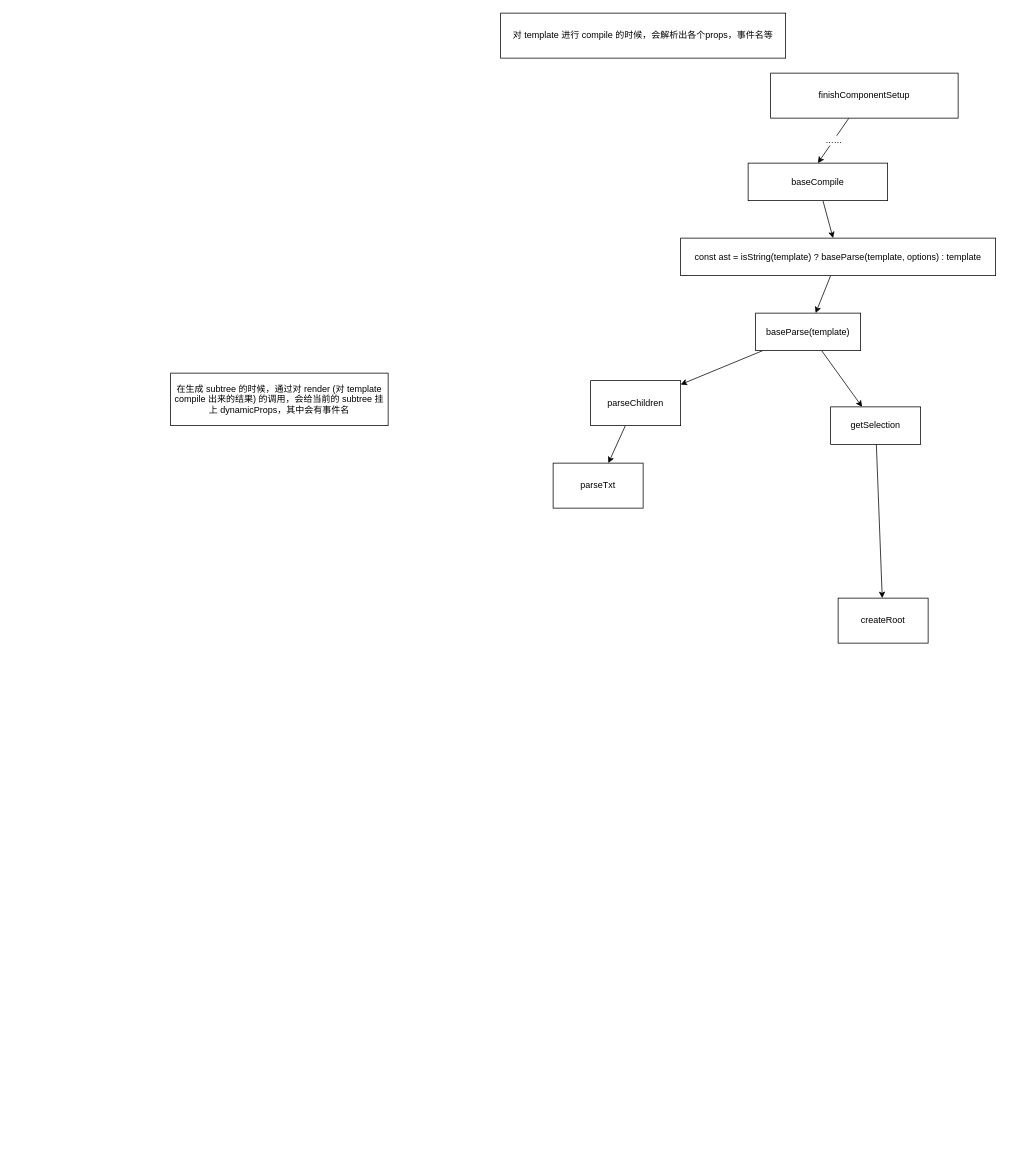
This is vue-event.drawio from wine-fall/drawioDisk, a draw.io file, before an edit. Source tidied: cells renumbered, new cells numbered last; positions are measured from the earlier drawing's top-left corner, leaving out a move shared by most shapes. Both pictures are drawn from the tidied source at 75%, with x=0, y=0 at pixel (170, 13).
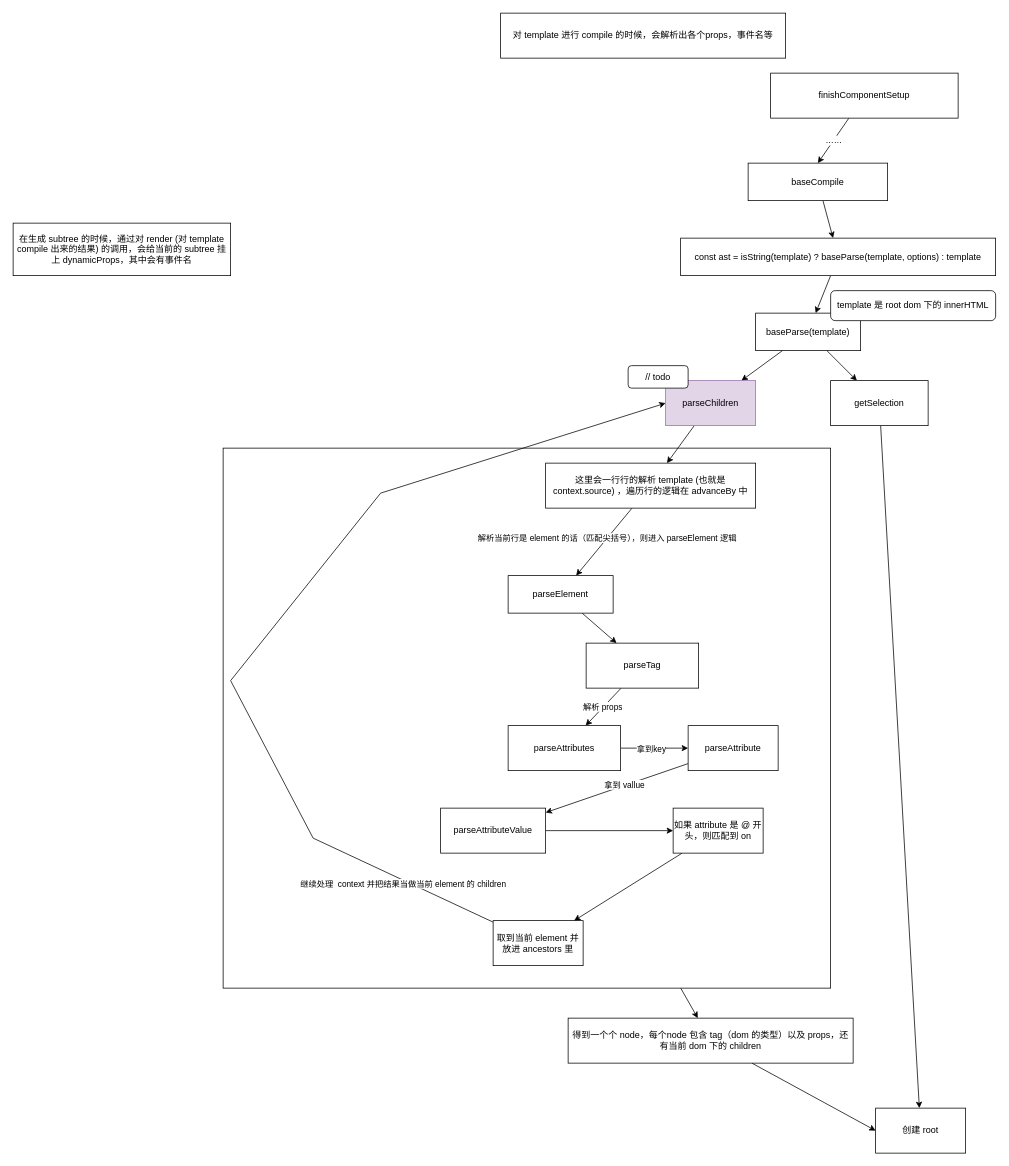
After the change.

The edit, as a diff of the source:
```diff
@@
+    <mxCell id="20" style="edgeStyle=none;rounded=0;jettySize=auto;html=1;" parent="1" edge="1" source="21" target="48">
+      <mxGeometry relative="1" as="geometry" />
+    </mxCell>
+    <mxCell id="21" style="rounded=0;whiteSpace=wrap;html=1;" parent="1" vertex="1">
+      <mxGeometry x="70" y="580" width="810" height="720" as="geometry" />
+    </mxCell>
     <mxCell id="2" value="在生成 subtree 的时候，通过对 render (对 template compile 出来的结果) 的调用，会给当前的 subtree 挂上 dynamicProps，其中会有事件名" style="rounded=0;whiteSpace=wrap;html=1;" parent="1" vertex="1">
-      <mxGeometry y="480" width="290" height="70" as="geometry" />
+      <mxGeometry x="-210" y="280" width="290" height="70" as="geometry" />
     </mxCell>
@@
-    <mxCell id="14" style="edgeStyle=none;rounded=0;jettySize=auto;html=1;" parent="1" edge="1" source="15" target="19">
-      <mxGeometry relative="1" as="geometry" />
-    </mxCell>
+    <mxCell id="22" style="edgeStyle=none;rounded=0;jettySize=auto;html=1;" parent="1" edge="1" source="15" target="28">
+      <mxGeometry relative="1" as="geometry" />
+    </mxCell>
-    <mxCell id="15" value="parseChildren" style="rounded=0;whiteSpace=wrap;html=1;" parent="1" vertex="1">
-      <mxGeometry x="560" y="490" width="120" height="60" as="geometry" />
+    <mxCell id="15" value="parseChildren" style="rounded=0;whiteSpace=wrap;html=1;fillColor=#e1d5e7;strokeColor=#9673a6;" parent="1" vertex="1">
+      <mxGeometry x="660" y="490" width="120" height="60" as="geometry" />
     </mxCell>
-    <mxCell id="16" style="edgeStyle=none;rounded=0;jettySize=auto;html=1;" parent="1" edge="1" source="17" target="18">
+    <mxCell id="16" style="edgeStyle=none;rounded=0;jettySize=auto;html=1;" parent="1" edge="1" source="17" target="49">
       <mxGeometry relative="1" as="geometry" />
     </mxCell>
     <mxCell id="17" value="getSelection" style="rounded=0;whiteSpace=wrap;html=1;" parent="1" vertex="1">
-      <mxGeometry x="880" y="525" width="120" height="50" as="geometry" />
+      <mxGeometry x="880" y="490" width="130" height="60" as="geometry" />
     </mxCell>
-    <mxCell id="18" value="createRoot" style="rounded=0;whiteSpace=wrap;html=1;" parent="1" vertex="1">
-      <mxGeometry x="890" y="780" width="120" height="60" as="geometry" />
-    </mxCell>
-    <mxCell id="19" value="parseTxt" style="rounded=0;whiteSpace=wrap;html=1;" parent="1" vertex="1">
-      <mxGeometry x="510" y="600" width="120" height="60" as="geometry" />
-    </mxCell>
+    <mxCell id="23" value="// todo" style="rounded=1;whiteSpace=wrap;html=1;" parent="1" vertex="1">
+      <mxGeometry x="610" y="470" width="80" height="30" as="geometry" />
+    </mxCell>
+    <mxCell id="24" style="edgeStyle=none;rounded=0;orthogonalLoop=1;jettySize=auto;html=1;exitX=0.75;exitY=0;exitDx=0;exitDy=0;" parent="1" edge="1">
+      <mxGeometry relative="1" as="geometry">
+        <mxPoint x="900" y="680" as="sourcePoint" />
+        <mxPoint x="900" y="680" as="targetPoint" />
+      </mxGeometry>
+    </mxCell>
+    <mxCell id="25" value="template 是 root dom 下的 innerHTML" style="rounded=1;whiteSpace=wrap;html=1;" parent="1" vertex="1">
+      <mxGeometry x="880" y="370" width="220" height="40" as="geometry" />
+    </mxCell>
+    <mxCell id="26" style="edgeStyle=none;rounded=0;jettySize=auto;html=1;" parent="1" edge="1" source="28" target="30">
+      <mxGeometry relative="1" as="geometry" />
+    </mxCell>
+    <mxCell id="27" value="解析当前行是 element 的话（匹配尖括号），则进入&amp;nbsp;parseElement 逻辑" style="edgeLabel;html=1;align=center;verticalAlign=middle;" parent="26" vertex="1">
+      <mxGeometry x="-0.11" y="-1" relative="1" as="geometry" />
+    </mxCell>
+    <mxCell id="28" value="这里会一行行的解析 template (也就是 context.source) ，遍历行的逻辑在&amp;nbsp;advanceBy 中" style="rounded=0;whiteSpace=wrap;html=1;" parent="1" vertex="1">
+      <mxGeometry x="500" y="600" width="280" height="60" as="geometry" />
+    </mxCell>
+    <mxCell id="29" style="edgeStyle=none;rounded=0;jettySize=auto;html=1;" parent="1" edge="1" source="30" target="33">
+      <mxGeometry relative="1" as="geometry" />
+    </mxCell>
+    <mxCell id="30" value="parseElement" style="rounded=0;whiteSpace=wrap;html=1;" parent="1" vertex="1">
+      <mxGeometry x="450" y="750" width="140" height="50" as="geometry" />
+    </mxCell>
+    <mxCell id="31" style="edgeStyle=none;rounded=0;jettySize=auto;html=1;" parent="1" edge="1" source="33" target="36">
+      <mxGeometry relative="1" as="geometry" />
+    </mxCell>
+    <mxCell id="32" value="解析 props" style="edgeLabel;html=1;align=center;verticalAlign=middle;" parent="31" vertex="1">
+      <mxGeometry x="0.02" y="-2" relative="1" as="geometry" />
+    </mxCell>
+    <mxCell id="33" value="parseTag" style="rounded=0;whiteSpace=wrap;html=1;" parent="1" vertex="1">
+      <mxGeometry x="554" y="840" width="150" height="60" as="geometry" />
+    </mxCell>
+    <mxCell id="34" style="edgeStyle=none;rounded=0;jettySize=auto;html=1;" parent="1" edge="1" source="36" target="39">
+      <mxGeometry relative="1" as="geometry" />
+    </mxCell>
+    <mxCell id="35" value="拿到key" style="edgeLabel;html=1;align=center;verticalAlign=middle;" parent="34" vertex="1">
+      <mxGeometry x="-0.11" y="-1" relative="1" as="geometry" />
+    </mxCell>
+    <mxCell id="36" value="parseAttributes" style="rounded=0;whiteSpace=wrap;html=1;" parent="1" vertex="1">
+      <mxGeometry x="450" y="950" width="150" height="60" as="geometry" />
+    </mxCell>
+    <mxCell id="37" style="edgeStyle=none;rounded=0;jettySize=auto;html=1;" parent="1" edge="1" source="39" target="41">
+      <mxGeometry relative="1" as="geometry" />
+    </mxCell>
+    <mxCell id="38" value="拿到 vallue" style="edgeLabel;html=1;align=center;verticalAlign=middle;" parent="37" vertex="1">
+      <mxGeometry x="-0.1" y="-1" relative="1" as="geometry" />
+    </mxCell>
+    <mxCell id="39" value="parseAttribute" style="rounded=0;whiteSpace=wrap;html=1;" parent="1" vertex="1">
+      <mxGeometry x="690" y="950" width="120" height="60" as="geometry" />
+    </mxCell>
+    <mxCell id="40" style="edgeStyle=none;rounded=0;jettySize=auto;html=1;" parent="1" edge="1" source="41" target="43">
+      <mxGeometry relative="1" as="geometry" />
+    </mxCell>
+    <mxCell id="41" value="parseAttributeValue" style="rounded=0;whiteSpace=wrap;html=1;" parent="1" vertex="1">
+      <mxGeometry x="360" y="1060" width="140" height="60" as="geometry" />
+    </mxCell>
+    <mxCell id="42" style="edgeStyle=none;rounded=0;jettySize=auto;html=1;" parent="1" edge="1" source="43" target="46">
+      <mxGeometry relative="1" as="geometry" />
+    </mxCell>
+    <mxCell id="43" value="如果 attribute 是 @ 开头，则匹配到 on" style="rounded=0;whiteSpace=wrap;html=1;" parent="1" vertex="1">
+      <mxGeometry x="670" y="1060" width="120" height="60" as="geometry" />
+    </mxCell>
+    <mxCell id="44" style="edgeStyle=none;rounded=0;jettySize=auto;html=1;entryX=0;entryY=0.5;entryDx=0;entryDy=0;" parent="1" edge="1" source="46" target="15">
+      <mxGeometry relative="1" as="geometry">
+        <Array as="points">
+          <mxPoint x="190" y="1100" />
+          <mxPoint x="80" y="890" />
+          <mxPoint x="280" y="640" />
+        </Array>
+      </mxGeometry>
+    </mxCell>
+    <mxCell id="45" value="继续处理&amp;nbsp; context 并把结果当做当前 element 的 children" style="edgeLabel;html=1;align=center;verticalAlign=middle;" parent="44" vertex="1">
+      <mxGeometry x="-0.76" relative="1" as="geometry">
+        <mxPoint x="12" y="10" as="offset" />
+      </mxGeometry>
+    </mxCell>
+    <mxCell id="46" value="取到当前 element 并放进 ancestors 里" style="rounded=0;whiteSpace=wrap;html=1;" parent="1" vertex="1">
+      <mxGeometry x="430" y="1210" width="120" height="60" as="geometry" />
+    </mxCell>
+    <mxCell id="47" style="edgeStyle=none;rounded=0;jettySize=auto;html=1;entryX=0;entryY=0.5;entryDx=0;entryDy=0;" parent="1" edge="1" source="48" target="49">
+      <mxGeometry relative="1" as="geometry" />
+    </mxCell>
+    <mxCell id="48" value="得到一个个 node，每个node 包含 tag（dom 的类型）以及 props，还有当前 dom 下的 children" style="rounded=0;whiteSpace=wrap;html=1;" parent="1" vertex="1">
+      <mxGeometry x="530" y="1340" width="380" height="60" as="geometry" />
+    </mxCell>
+    <mxCell id="49" value="创建 root" style="rounded=0;whiteSpace=wrap;html=1;" parent="1" vertex="1">
+      <mxGeometry x="940" y="1460" width="120" height="60" as="geometry" />
+    </mxCell>
```
